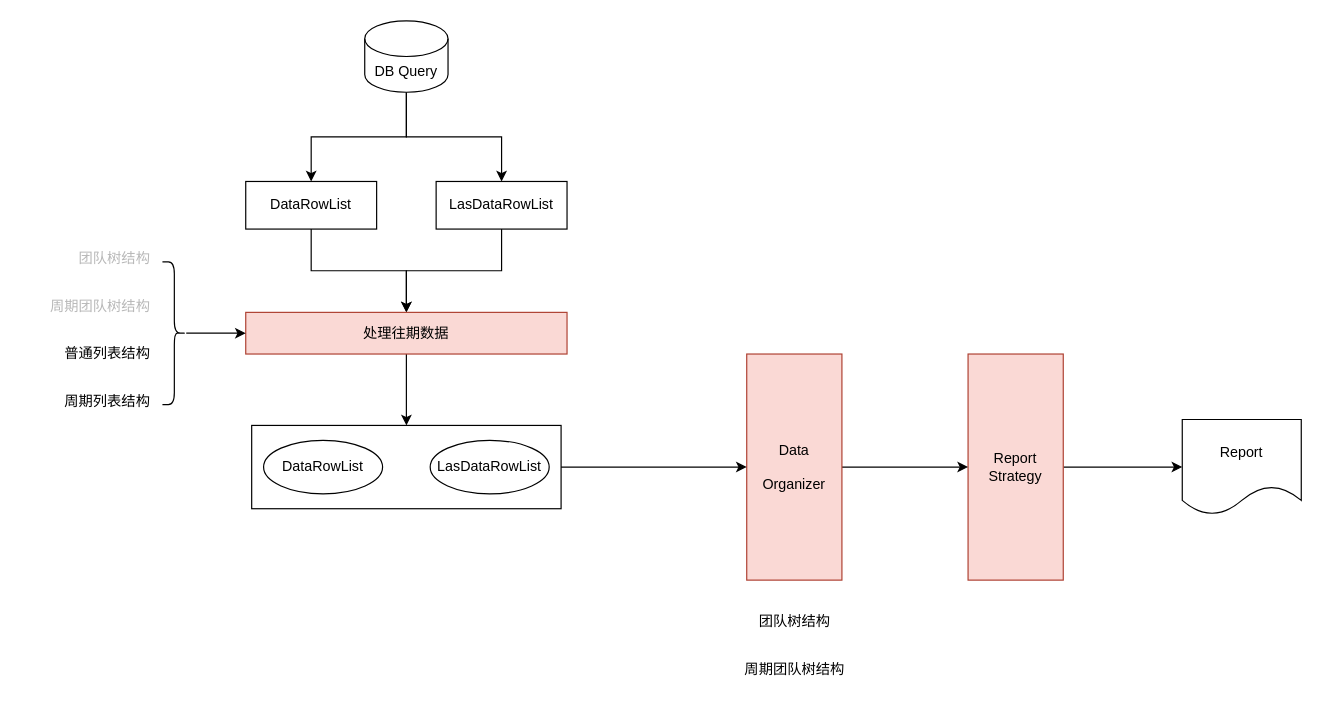
This is teamReport.drawio from Timothyliao/diagramsRepo, a draw.io file, before an edit. Source tidied: cells renumbered, new cells numbered last; positions are measured from the earlier drawing's top-left corner, leaving out a move shared by most shapes. Both pictures are drawn from the tidied source at 119%, with x=0, y=0 at pixel (20, 20).
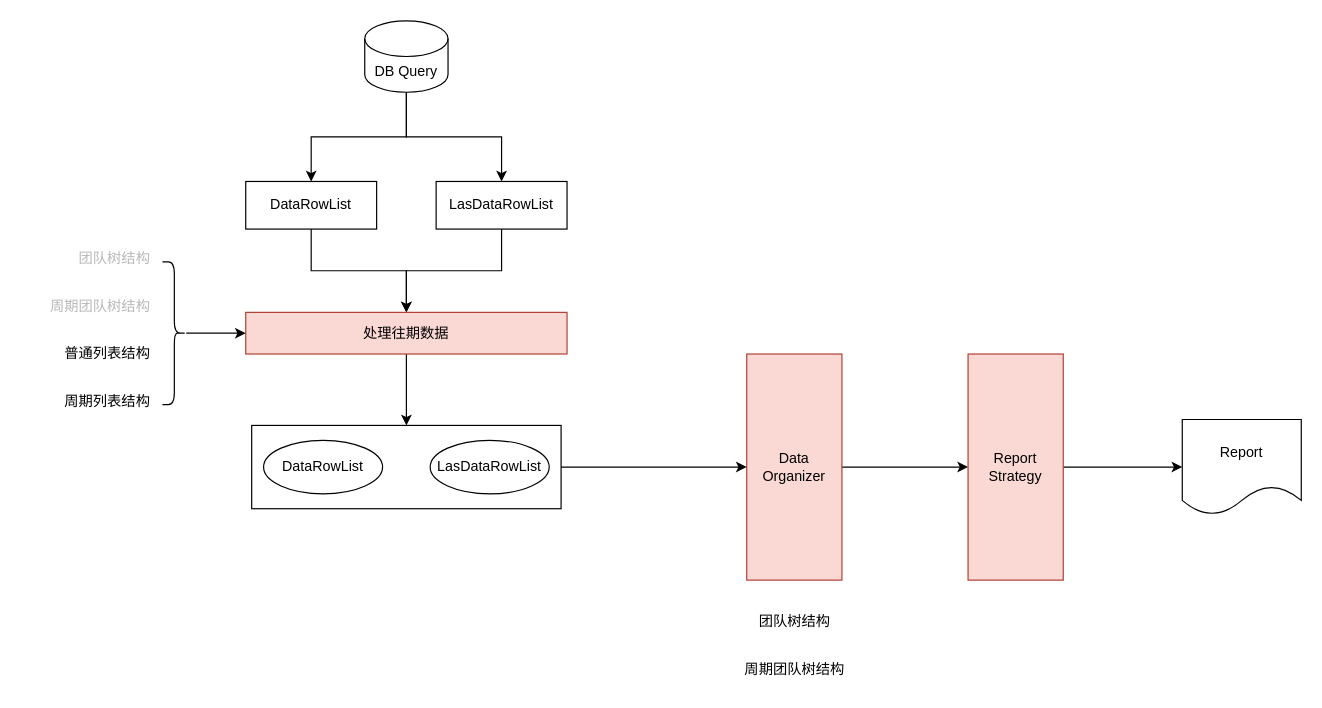
The same diagram, later.

Diff of the diagram source:
```diff
@@
-    <mxCell id="10" value="Data&lt;br&gt;&lt;br&gt;Organizer" style="whiteSpace=wrap;html=1;fillColor=#fad9d5;strokeColor=#ae4132;" parent="1" vertex="1">
+    <mxCell id="10" value="Data&lt;br&gt;Organizer" style="whiteSpace=wrap;html=1;fillColor=#fad9d5;strokeColor=#ae4132;" parent="1" vertex="1">
       <mxGeometry x="610" y="280" width="80" height="190" as="geometry" />
     </mxCell>
```
